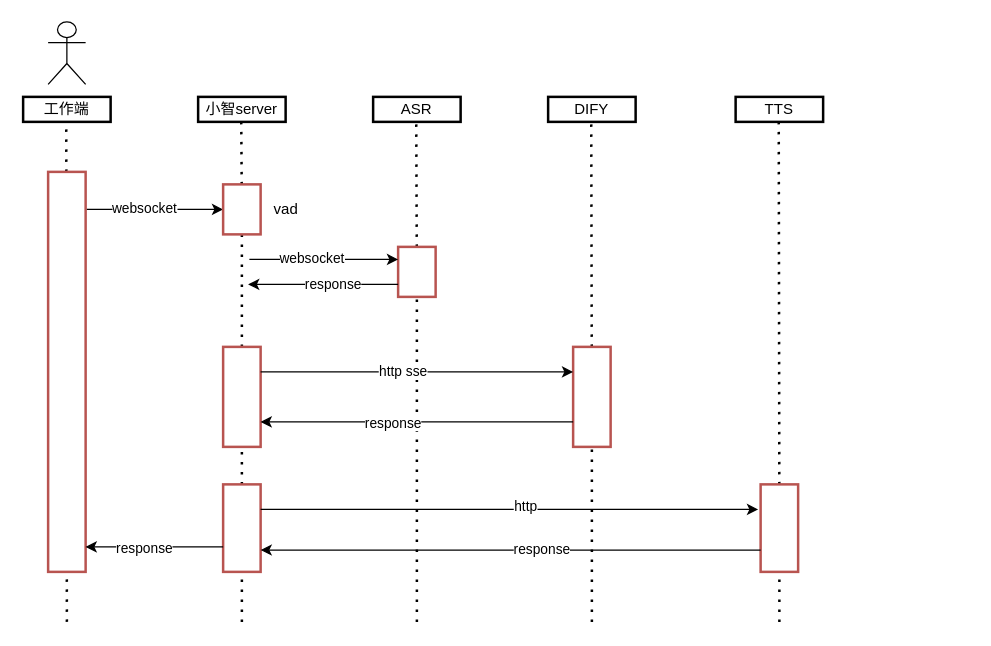
Above: 工作端面试实时聊天.drawio in hbulixu/diagrams_store (draw.io), before the change. Source tidied: cells renumbered, new cells numbered last; positions are measured from the earlier drawing's top-left corner, leaving out a move shared by most shapes. Both pictures are drawn from the tidied source at 125%, with x=0, y=0 at pixel (22, 21).
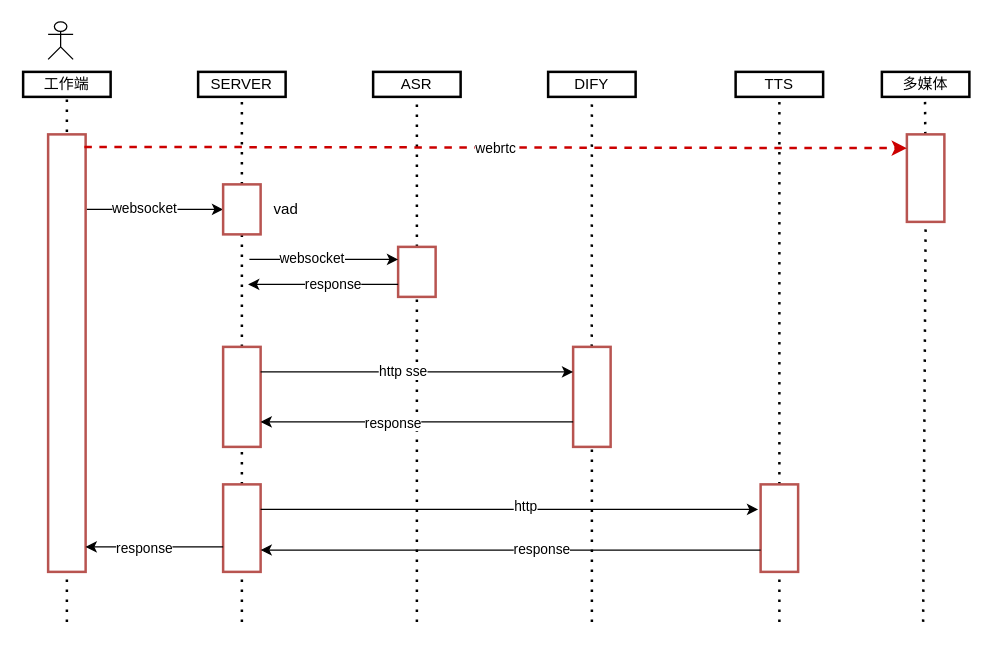
Above is the later version.

Commit message:
更新工作端面试实时聊天.drawio

Unchanged cells that the change refers to:
```xml
<mxCell id="17" style="rounded=0;whiteSpace=wrap;html=1;fillColor=default;strokeColor=#b85450;strokeWidth=2;" parent="1" vertex="1">
  <mxGeometry x="160" y="130" width="30" height="40" as="geometry" />
</mxCell>
<mxCell id="20" style="rounded=0;whiteSpace=wrap;html=1;fillColor=default;strokeColor=#b85450;strokeWidth=2;" parent="1" vertex="1">
  <mxGeometry x="300" y="180" width="30" height="40" as="geometry" />
</mxCell>
<mxCell id="36" style="rounded=0;whiteSpace=wrap;html=1;fillColor=default;strokeColor=#b85450;strokeWidth=2;" parent="1" vertex="1">
  <mxGeometry x="590" y="370" width="30" height="70" as="geometry" />
</mxCell>
```

What changed in the source:
```diff
@@
     <mxCell id="2" value="工作端" style="rounded=0;whiteSpace=wrap;html=1;strokeWidth=2;" parent="1" vertex="1">
-      <mxGeometry y="60" width="70" height="20" as="geometry" />
+      <mxGeometry y="40" width="70" height="20" as="geometry" />
     </mxCell>
     <mxCell id="3" style="shape=umlActor;verticalLabelPosition=bottom;verticalAlign=top;html=1;" parent="1" vertex="1">
-      <mxGeometry x="20" width="30" height="50" as="geometry" />
+      <mxGeometry x="20" width="20" height="30" as="geometry" />
     </mxCell>
-    <mxCell id="4" style="endArrow=none;dashed=1;html=1;dashPattern=1 3;strokeWidth=2;rounded=0;" parent="1" edge="1">
+    <mxCell id="4" style="endArrow=none;dashed=1;html=1;dashPattern=1 3;strokeWidth=2;rounded=0;entryX=0.5;entryY=1;entryDx=0;entryDy=0;" parent="1" edge="1" target="2">
       <mxGeometry relative="1" as="geometry">
         <mxPoint x="35" y="480" as="sourcePoint" />
-        <mxPoint x="34.5" y="80" as="targetPoint" />
       </mxGeometry>
     </mxCell>
     <mxCell id="5" style="rounded=0;whiteSpace=wrap;html=1;fillColor=default;strokeColor=#b85450;strokeWidth=2;" parent="1" vertex="1">
-      <mxGeometry x="20" y="120" width="30" height="320" as="geometry" />
+      <mxGeometry x="20" y="90" width="30" height="350" as="geometry" />
     </mxCell>
-    <mxCell id="6" value="小智server" style="rounded=0;whiteSpace=wrap;html=1;strokeWidth=2;" parent="1" vertex="1">
-      <mxGeometry x="140" y="60" width="70" height="20" as="geometry" />
+    <mxCell id="6" value="SERVER" style="rounded=0;whiteSpace=wrap;html=1;strokeWidth=2;" parent="1" vertex="1">
+      <mxGeometry x="140" y="40" width="70" height="20" as="geometry" />
     </mxCell>
-    <mxCell id="7" style="endArrow=none;dashed=1;html=1;dashPattern=1 3;strokeWidth=2;rounded=0;" parent="1" edge="1" source="17">
-      <mxGeometry relative="1" as="geometry">
-        <mxPoint x="174.5" y="80" as="targetPoint" />
-      </mxGeometry>
+    <mxCell id="7" style="endArrow=none;dashed=1;html=1;dashPattern=1 3;strokeWidth=2;rounded=0;entryX=0.5;entryY=1;entryDx=0;entryDy=0;" parent="1" edge="1" source="17" target="6">
+      <mxGeometry relative="1" as="geometry" />
     </mxCell>
     <mxCell id="8" value="ASR" style="rounded=0;whiteSpace=wrap;html=1;strokeWidth=2;" parent="1" vertex="1">
-      <mxGeometry x="280" y="60" width="70" height="20" as="geometry" />
+      <mxGeometry x="280" y="40" width="70" height="20" as="geometry" />
     </mxCell>
-    <mxCell id="9" style="endArrow=none;dashed=1;html=1;dashPattern=1 3;strokeWidth=2;rounded=0;" parent="1" edge="1" source="20">
-      <mxGeometry relative="1" as="geometry">
-        <mxPoint x="314.5" y="80" as="targetPoint" />
-      </mxGeometry>
+    <mxCell id="9" style="endArrow=none;dashed=1;html=1;dashPattern=1 3;strokeWidth=2;rounded=0;entryX=0.5;entryY=1;entryDx=0;entryDy=0;" parent="1" edge="1" source="20" target="8">
+      <mxGeometry relative="1" as="geometry" />
     </mxCell>
     <mxCell id="10" value="DIFY" style="rounded=0;whiteSpace=wrap;html=1;strokeWidth=2;" parent="1" vertex="1">
-      <mxGeometry x="420" y="60" width="70" height="20" as="geometry" />
+      <mxGeometry x="420" y="40" width="70" height="20" as="geometry" />
     </mxCell>
-    <mxCell id="11" style="endArrow=none;dashed=1;html=1;dashPattern=1 3;strokeWidth=2;rounded=0;" parent="1" edge="1">
+    <mxCell id="11" style="endArrow=none;dashed=1;html=1;dashPattern=1 3;strokeWidth=2;rounded=0;entryX=0.5;entryY=1;entryDx=0;entryDy=0;" parent="1" edge="1" target="10">
       <mxGeometry relative="1" as="geometry">
         <mxPoint x="454.9" y="260" as="sourcePoint" />
-        <mxPoint x="454.5" y="80" as="targetPoint" />
       </mxGeometry>
     </mxCell>
     <mxCell id="12" value="TTS" style="rounded=0;whiteSpace=wrap;html=1;strokeWidth=2;" parent="1" vertex="1">
-      <mxGeometry x="570" y="60" width="70" height="20" as="geometry" />
+      <mxGeometry x="570" y="40" width="70" height="20" as="geometry" />
     </mxCell>
-    <mxCell id="13" style="endArrow=none;dashed=1;html=1;dashPattern=1 3;strokeWidth=2;rounded=0;" parent="1" edge="1" source="36">
-      <mxGeometry relative="1" as="geometry">
-        <mxPoint x="604.5" y="80" as="targetPoint" />
-      </mxGeometry>
+    <mxCell id="13" style="endArrow=none;dashed=1;html=1;dashPattern=1 3;strokeWidth=2;rounded=0;entryX=0.5;entryY=1;entryDx=0;entryDy=0;" parent="1" edge="1" source="36" target="12">
+      <mxGeometry relative="1" as="geometry" />
     </mxCell>
@@
+    <mxCell id="43" value="多媒体" style="rounded=0;whiteSpace=wrap;html=1;strokeWidth=2;" parent="1" vertex="1">
+      <mxGeometry x="687" y="40" width="70" height="20" as="geometry" />
+    </mxCell>
+    <mxCell id="44" style="endArrow=none;dashed=1;html=1;dashPattern=1 3;strokeWidth=2;rounded=0;entryX=0.5;entryY=1;entryDx=0;entryDy=0;" parent="1" edge="1" source="46">
+      <mxGeometry relative="1" as="geometry">
+        <mxPoint x="721.5" y="60" as="targetPoint" />
+      </mxGeometry>
+    </mxCell>
+    <mxCell id="45" style="endArrow=none;dashed=1;html=1;dashPattern=1 3;strokeWidth=2;rounded=0;entryX=0.5;entryY=1;entryDx=0;entryDy=0;" parent="1" edge="1" target="46">
+      <mxGeometry relative="1" as="geometry">
+        <mxPoint x="720" y="480" as="sourcePoint" />
+      </mxGeometry>
+    </mxCell>
+    <mxCell id="46" style="rounded=0;whiteSpace=wrap;html=1;fillColor=default;strokeColor=#b85450;strokeWidth=2;" parent="1" vertex="1">
+      <mxGeometry x="707" y="90" width="30" height="70" as="geometry" />
+    </mxCell>
+    <mxCell id="47" style="endArrow=classic;html=1;rounded=0;entryX=0.033;entryY=0.157;entryDx=0;entryDy=0;entryPerimeter=0;dashed=1;strokeColor=#CC0000;strokeWidth=2;" parent="1" edge="1">
+      <mxGeometry relative="1" as="geometry">
+        <mxPoint x="49" y="100" as="sourcePoint" />
+        <mxPoint x="707" y="101" as="targetPoint" />
+      </mxGeometry>
+    </mxCell>
+    <mxCell id="48" value="webrtc" style="edgeLabel;html=1;align=center;verticalAlign=middle;" parent="47" vertex="1">
+      <mxGeometry relative="1" as="geometry" />
+    </mxCell>
```
